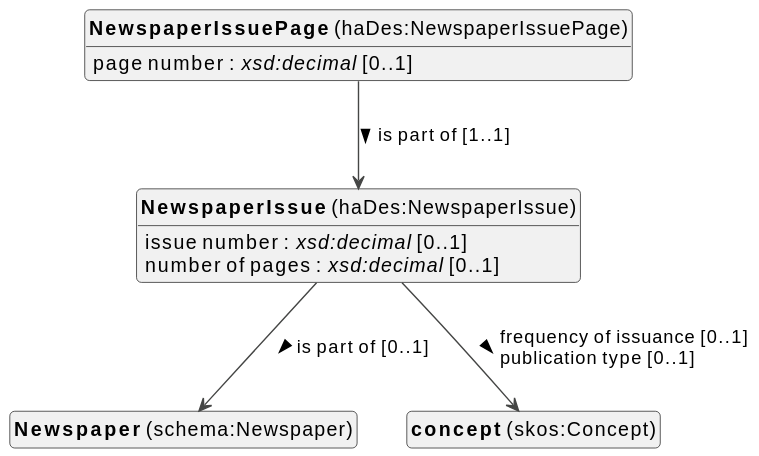
Above: docs/metadata/knowledge-graph/0.0.1/bibliographic/en/bibliographic-diagram.svg in viaacode/documentation-jekyll (PlantUML), before the change. Source of this version:
```plantuml
@startuml
!theme vibrant
skinparam classFontSize 14
!define LIGHTORANGE
skinparam componentStyle uml2
skinparam wrapMessageWidth 1000
skinparam wrapWidth 1000
skinparam shadowing false
skinparam ArrowMessageAlignment left
top to bottom direction


class "<b>NewspaperIssue</b> (haDes:NewspaperIssue)" as haDes_NewspaperIssue [[#haDes%3ANewspaperIssue]]
class "<b>NewspaperIssuePage</b> (haDes:NewspaperIssuePage)" as haDes_NewspaperIssuePage [[#haDes%3ANewspaperIssuePage]]
class "<b>Newspaper</b> (schema:Newspaper)" as schema_Newspaper [[#schema%3ANewspaper]]
class "<b>concept</b> (skos:Concept)" as skos_Concept [[../../terms/en#skos%3AConcept]]


haDes_NewspaperIssue : issue number : <i>xsd:decimal</i> [0..1]
haDes_NewspaperIssue : number of pages : <i>xsd:decimal</i> [0..1]
haDes_NewspaperIssue --> schema_Newspaper :is part of [0..1]  >
haDes_NewspaperIssue --> skos_Concept :frequency of issuance [0..1]  \lpublication type [0..1]  >



haDes_NewspaperIssuePage : page number : <i>xsd:decimal</i> [0..1]
haDes_NewspaperIssuePage --> haDes_NewspaperIssue :is part of [1..1]  >







hide circle
hide methods
hide empty members
@enduml
```
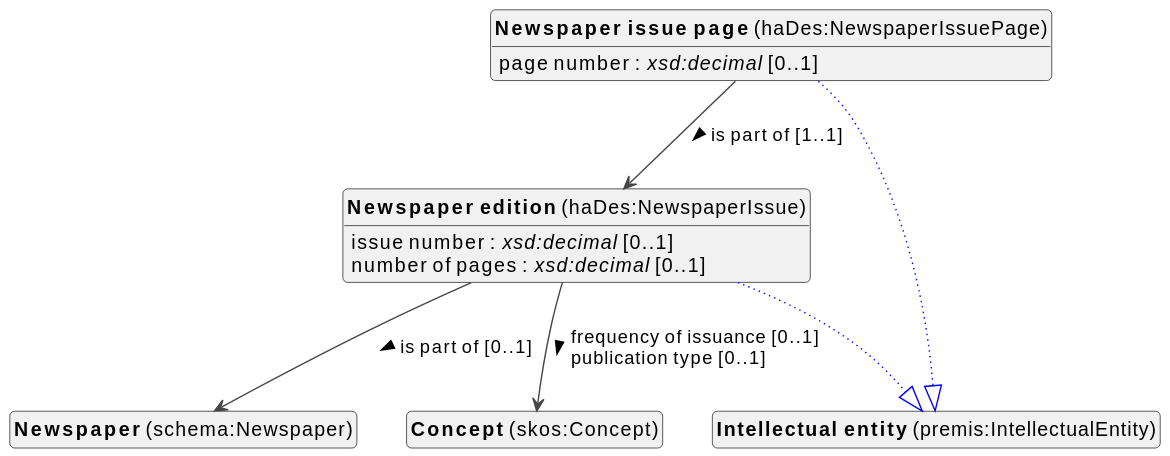
The same diagram one commit later.

Change to the diagram source:
```diff
@@ -10,11 +10,18 @@
 top to bottom direction
 
 
-class "<b>NewspaperIssue</b> (haDes:NewspaperIssue)" as haDes_NewspaperIssue [[#haDes%3ANewspaperIssue]]
-class "<b>NewspaperIssuePage</b> (haDes:NewspaperIssuePage)" as haDes_NewspaperIssuePage [[#haDes%3ANewspaperIssuePage]]
 class "<b>Newspaper</b> (schema:Newspaper)" as schema_Newspaper [[#schema%3ANewspaper]]
-class "<b>concept</b> (skos:Concept)" as skos_Concept [[../../terms/en#skos%3AConcept]]
+class "<b>Concept</b> (skos:Concept)" as skos_Concept [[../../terms/en#skos%3AConcept]]
+class "<b>Newspaper edition</b> (haDes:NewspaperIssue)" as haDes_NewspaperIssue [[#haDes%3ANewspaperIssue]]
+class "<b>Intellectual entity</b> (premis:IntellectualEntity)" as premis_IntellectualEntity [[#premis%3AIntellectualEntity]]
+class "<b>Newspaper issue page</b> (haDes:NewspaperIssuePage)" as haDes_NewspaperIssuePage [[#haDes%3ANewspaperIssuePage]]
+class "<b>Intellectual entity</b> (premis:IntellectualEntity)" as premis_IntellectualEntity [[#premis%3AIntellectualEntity]]
 
+
+
+
+
+haDes_NewspaperIssue --|> premis_IntellectualEntity #blue;line.dotted;text:blue
 
 haDes_NewspaperIssue : issue number : <i>xsd:decimal</i> [0..1]
 haDes_NewspaperIssue : number of pages : <i>xsd:decimal</i> [0..1]
@@ -22,13 +29,10 @@
 haDes_NewspaperIssue --> skos_Concept :frequency of issuance [0..1]  \lpublication type [0..1]  >
 
 
+haDes_NewspaperIssuePage --|> premis_IntellectualEntity #blue;line.dotted;text:blue
 
 haDes_NewspaperIssuePage : page number : <i>xsd:decimal</i> [0..1]
 haDes_NewspaperIssuePage --> haDes_NewspaperIssue :is part of [1..1]  >
-
-
-
-
 
 
 
```
